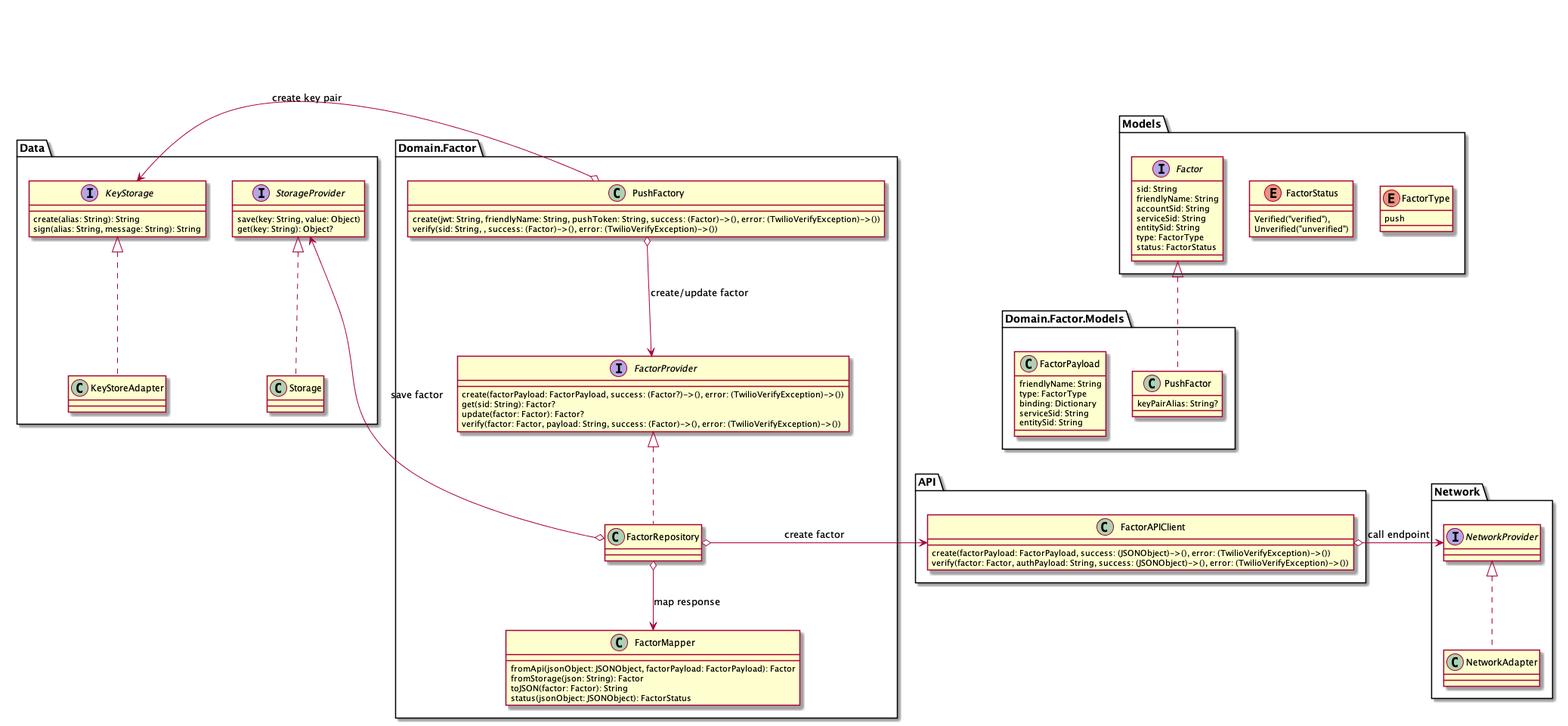
The PlantUML diagram diagrams/CreatePushFactor/Create push factor.png in twilio/twilio-verify-android, before a commit.
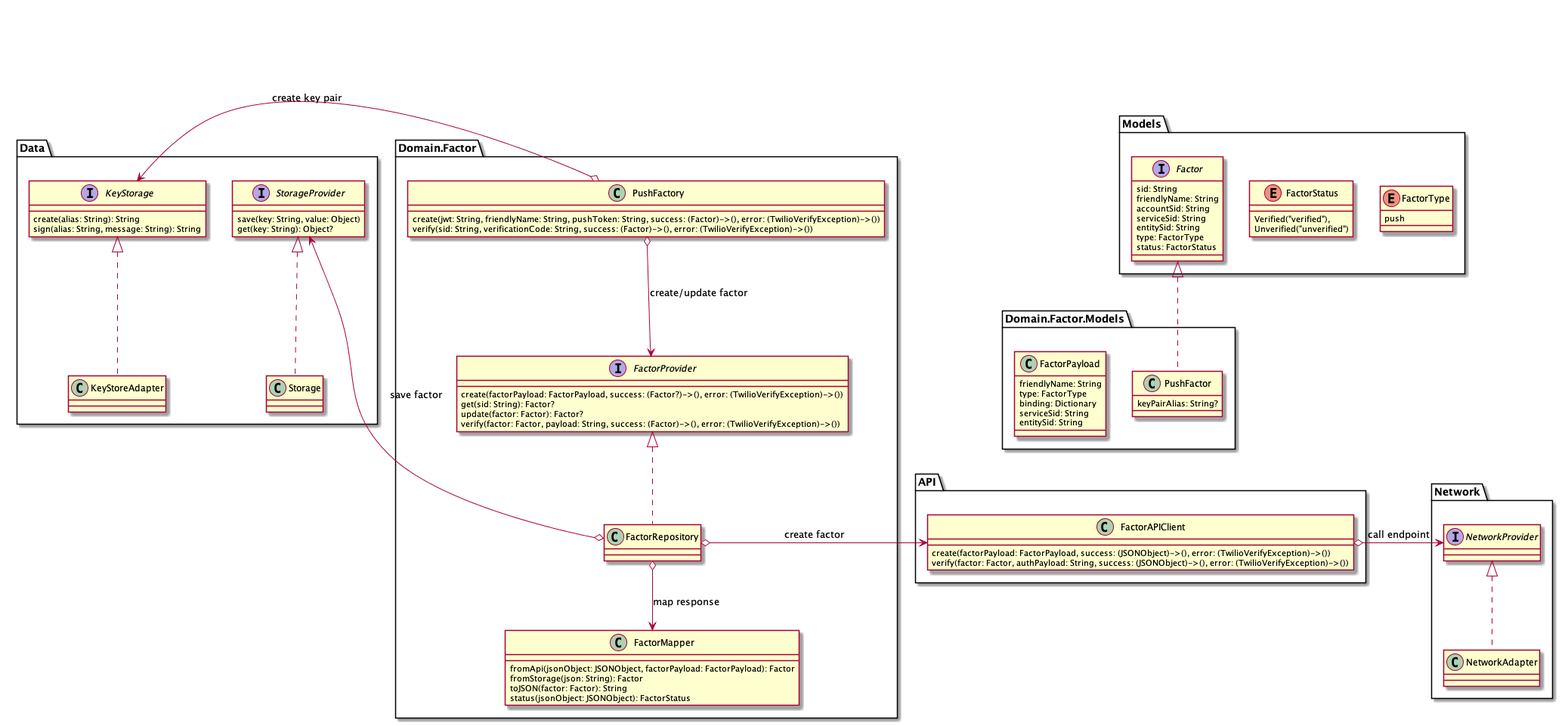
Above is the later version.

Change to the diagram source:
```diff
@@ -63,7 +63,7 @@
 }
 class Domain.Factor.PushFactory {
     create(jwt: String, friendlyName: String, pushToken: String, success: (Factor)->(), error: (TwilioVerifyException)->())
-    verify(sid: String, , success: (Factor)->(), error: (TwilioVerifyException)->())
+    verify(sid: String, verificationCode: String, success: (Factor)->(), error: (TwilioVerifyException)->())
 }
 Domain.Factor.PushFactory o-left-> Data.KeyStorage: create key pair
 Domain.Factor.PushFactory o--> Domain.Factor.FactorProvider: create/update factor
```
